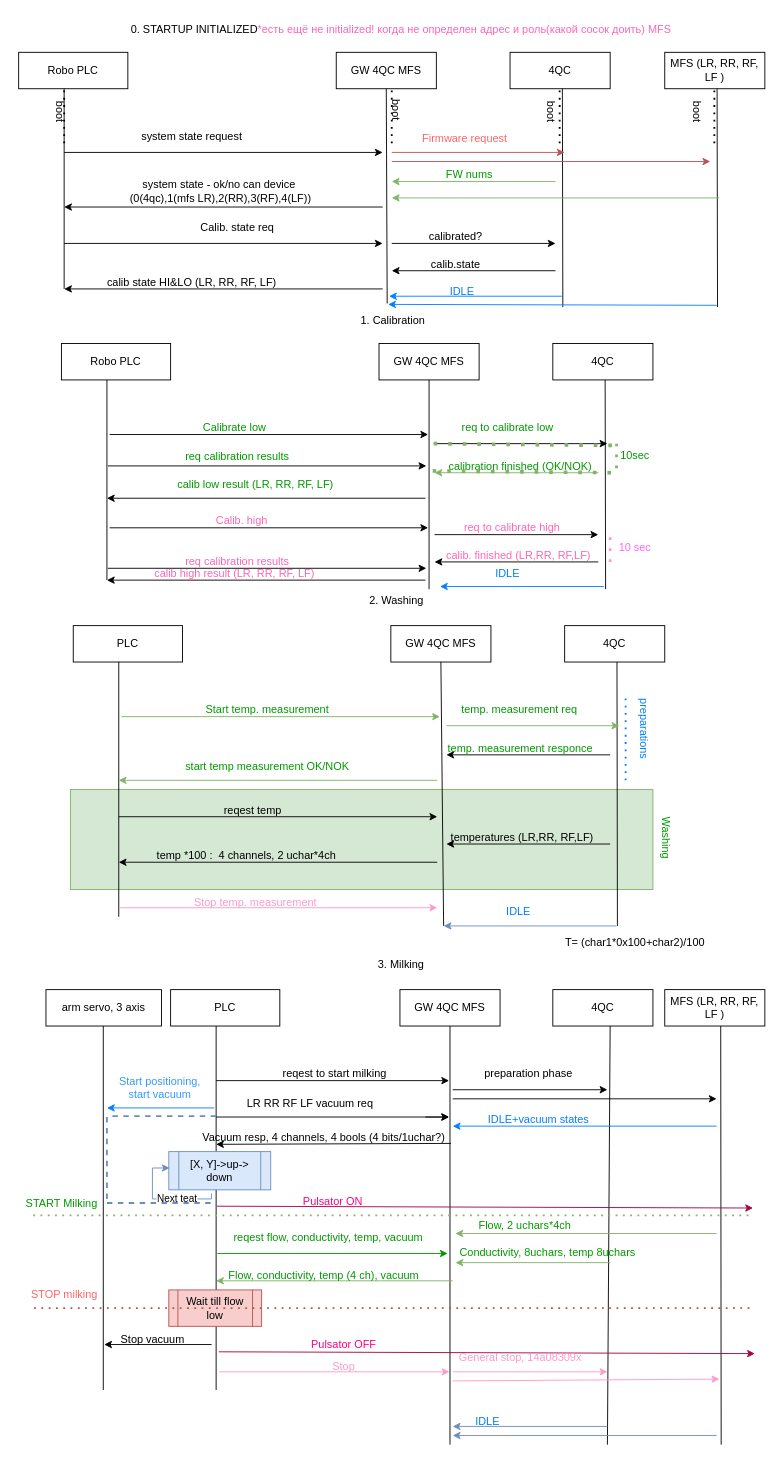
Earlier version of the draw.io diagram page "GW system" (4 of 5) of gateway_farmcan.drawio (megavad/Diagrams). Source tidied: cells renumbered, new cells numbered last; positions are measured from the earlier drawing's top-left corner, leaving out a move shared by most shapes. Both pictures are drawn from the tidied source at 91%, with x=0, y=0 at pixel (15, 15).
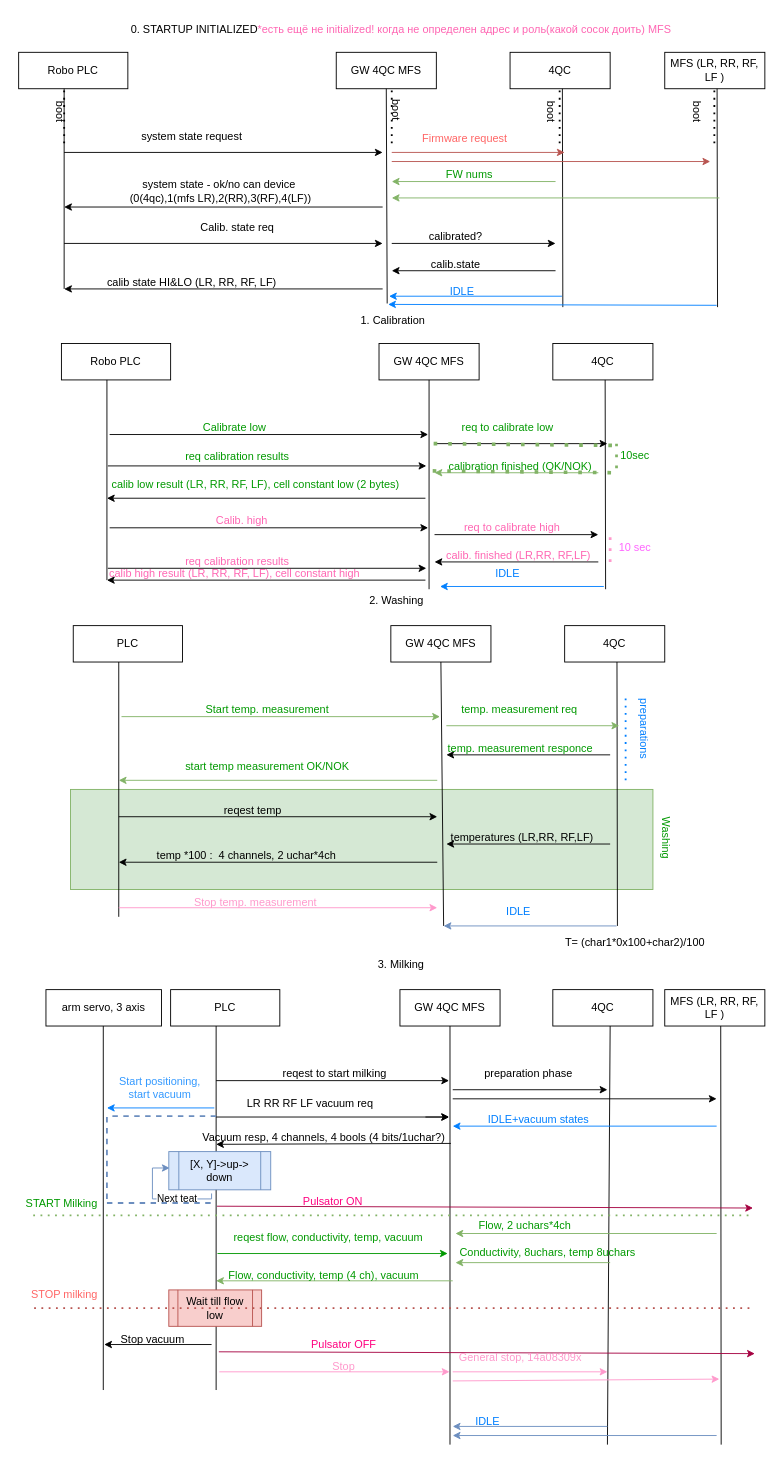
The same page after the edit.

What changed in the source:
```diff
@@
-    <mxCell id="57" value="calib high result (LR, RR, RF, LF)" style="text;html=1;align=center;verticalAlign=middle;strokeColor=none;fillColor=none;fontColor=#FF66B3;" parent="1" vertex="1">
-      <mxGeometry x="140" y="598" width="200" height="30" as="geometry" />
+    <mxCell id="57" value="calib high result (LR, RR, RF, LF), cell constant high" style="text;html=1;align=center;verticalAlign=middle;strokeColor=none;fillColor=none;fontColor=#FF66B3;" parent="1" vertex="1">
+      <mxGeometry x="90" y="598" width="300" height="30" as="geometry" />
     </mxCell>
@@
-    <mxCell id="61" value="calib low result (LR, RR, RF, LF)" style="text;html=1;align=center;verticalAlign=middle;strokeColor=none;fillColor=none;fontColor=#009900;" parent="1" vertex="1">
-      <mxGeometry x="168" y="500" width="190" height="30" as="geometry" />
+    <mxCell id="61" value="calib low result (LR, RR, RF, LF), cell constant low (2 bytes)" style="text;html=1;align=center;verticalAlign=middle;strokeColor=none;fillColor=none;fontColor=#009900;" parent="1" vertex="1">
+      <mxGeometry x="93" y="500" width="340" height="30" as="geometry" />
     </mxCell>
```
